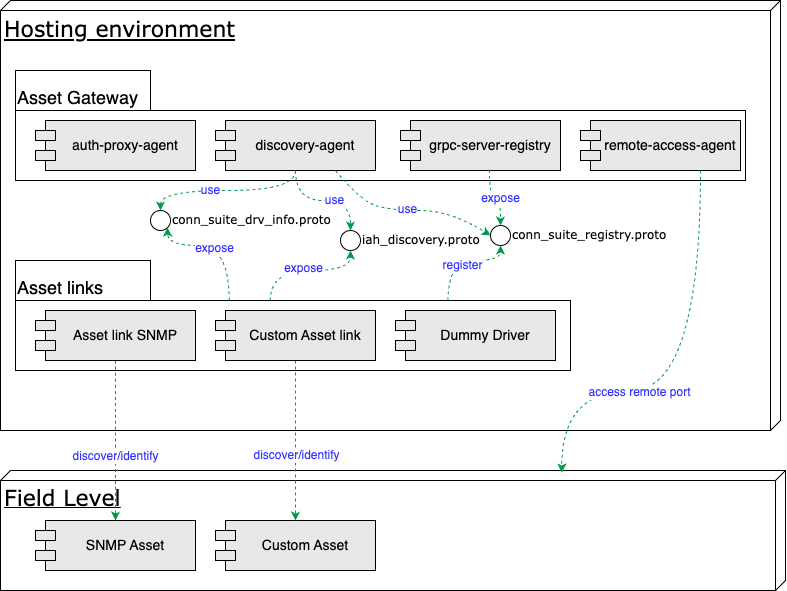
industrial-asset-hub/asset-gateway keeps this draw.io diagram as assets/principle-diagram-asset-gateway.drawio.png. Above is the earlier version. Source tidied: cells renumbered, new cells last; positions are measured from the earlier drawing's top-left corner, leaving out a move shared by most shapes. The source it was exported from:
```xml
<mxGraphModel>
  <root>
    <mxCell id="0" />
    <mxCell id="1" parent="0" />
    <mxCell id="2" value="&lt;font style=&quot;font-size: 22px;&quot;&gt;Hosting environment&lt;/font&gt;" style="verticalAlign=top;align=left;spacingTop=8;spacingLeft=2;spacingRight=12;shape=cube;size=10;direction=south;fontStyle=4;html=1;rounded=0;shadow=0;comic=0;labelBackgroundColor=none;strokeWidth=1;fontFamily=Verdana;fontSize=23;" parent="1" vertex="1">
      <mxGeometry width="780" height="430" as="geometry" />
    </mxCell>
    <mxCell id="3" value="&lt;font style=&quot;font-size: 22px;&quot;&gt;Field Level&lt;/font&gt;" style="verticalAlign=top;align=left;spacingTop=8;spacingLeft=2;spacingRight=12;shape=cube;size=10;direction=south;fontStyle=4;html=1;rounded=0;shadow=0;comic=0;labelBackgroundColor=none;strokeWidth=1;fontFamily=Verdana;fontSize=12;" parent="1" vertex="1">
      <mxGeometry y="470" width="785" height="120" as="geometry" />
    </mxCell>
    <mxCell id="4" value="iah_discovery.proto" style="ellipse;whiteSpace=wrap;html=1;rounded=0;shadow=0;comic=0;labelBackgroundColor=none;strokeWidth=1;fontFamily=Verdana;fontSize=12;align=left;labelPosition=right;verticalLabelPosition=middle;verticalAlign=middle;" parent="1" vertex="1">
      <mxGeometry x="340" y="230" width="20" height="20" as="geometry" />
    </mxCell>
    <mxCell id="5" value="Asset Gateway" style="shape=folder;fontStyle=0;spacingTop=10;tabWidth=135;tabHeight=40;tabPosition=left;html=1;whiteSpace=wrap;align=left;verticalAlign=top;fontSize=18;" parent="1" vertex="1">
      <mxGeometry x="15" y="70" width="730" height="110" as="geometry" />
    </mxCell>
    <mxCell id="6" value="auth-proxy-agent" style="shape=module;align=left;spacingLeft=20;align=center;verticalAlign=middle;whiteSpace=wrap;html=1;strokeColor=default;fillColor=#E8E8E8;fontSize=14;" parent="1" vertex="1">
      <mxGeometry x="35" y="120" width="160" height="50" as="geometry" />
    </mxCell>
    <mxCell id="7" value="discovery-agent" style="shape=module;align=left;spacingLeft=20;align=center;verticalAlign=middle;whiteSpace=wrap;html=1;strokeColor=default;fillColor=#E8E8E8;fontSize=14;" parent="1" vertex="1">
      <mxGeometry x="215" y="120" width="160" height="50" as="geometry" />
    </mxCell>
    <mxCell id="8" value="remote-access-agent" style="shape=module;align=left;spacingLeft=20;align=center;verticalAlign=middle;whiteSpace=wrap;html=1;strokeColor=default;fillColor=#E8E8E8;fontSize=14;" parent="1" vertex="1">
      <mxGeometry x="580" y="120" width="160" height="50" as="geometry" />
    </mxCell>
    <mxCell id="9" value="grpc-server-registry" style="shape=module;align=left;spacingLeft=20;align=center;verticalAlign=middle;whiteSpace=wrap;html=1;strokeColor=default;fillColor=#E8E8E8;fontSize=14;" parent="1" vertex="1">
      <mxGeometry x="400" y="120" width="160" height="50" as="geometry" />
    </mxCell>
    <mxCell id="10" value="Asset links" style="shape=folder;fontStyle=0;spacingTop=10;tabWidth=135;tabHeight=40;tabPosition=left;html=1;whiteSpace=wrap;align=left;verticalAlign=top;fontSize=18;" parent="1" vertex="1">
      <mxGeometry x="15" y="260" width="555" height="110" as="geometry" />
    </mxCell>
    <mxCell id="11" style="edgeStyle=orthogonalEdgeStyle;rounded=0;jettySize=auto;html=1;exitX=0.5;exitY=1;exitDx=0;exitDy=0;entryX=0.5;entryY=0;entryDx=0;entryDy=0;curved=1;dashed=1;strokeColor=#00994D;" parent="1" edge="1" source="13" target="30">
      <mxGeometry relative="1" as="geometry">
        <Array as="points">
          <mxPoint x="115" y="440" />
          <mxPoint x="115" y="440" />
        </Array>
      </mxGeometry>
    </mxCell>
    <mxCell id="12" value="discover/identify" style="edgeLabel;html=1;align=center;verticalAlign=middle;fontSize=12;fontColor=#3333FF;" parent="11" vertex="1">
      <mxGeometry x="0.2" relative="1" as="geometry" />
    </mxCell>
    <mxCell id="13" value="Asset link SNMP" style="shape=module;align=left;spacingLeft=20;align=center;verticalAlign=middle;whiteSpace=wrap;html=1;strokeColor=default;fillColor=#E8E8E8;fontSize=14;" parent="1" vertex="1">
      <mxGeometry x="35" y="310" width="160" height="50" as="geometry" />
    </mxCell>
    <mxCell id="14" value="Custom Asset link" style="shape=module;align=left;spacingLeft=20;align=center;verticalAlign=middle;whiteSpace=wrap;html=1;strokeColor=default;fillColor=#E8E8E8;fontSize=14;" parent="1" vertex="1">
      <mxGeometry x="215" y="310" width="160" height="50" as="geometry" />
    </mxCell>
    <mxCell id="15" value="Dummy Driver" style="shape=module;align=left;spacingLeft=20;align=center;verticalAlign=middle;whiteSpace=wrap;html=1;strokeColor=default;fillColor=#E8E8E8;fontSize=14;" parent="1" vertex="1">
      <mxGeometry x="395" y="310" width="160" height="50" as="geometry" />
    </mxCell>
    <mxCell id="16" style="endArrow=classic;html=1;rounded=0;exitX=0.5;exitY=1;exitDx=0;exitDy=0;entryX=0.5;entryY=0;entryDx=0;entryDy=0;edgeStyle=orthogonalEdgeStyle;curved=1;dashed=1;strokeColor=#00994D;" parent="1" edge="1" source="7" target="4">
      <mxGeometry relative="1" as="geometry">
        <Array as="points">
          <mxPoint x="295" y="200" />
          <mxPoint x="350" y="200" />
        </Array>
      </mxGeometry>
    </mxCell>
    <mxCell id="17" value="use" style="edgeLabel;html=1;align=center;verticalAlign=middle;fontSize=12;fontColor=#3333FF;" parent="16" vertex="1">
      <mxGeometry x="0.2" relative="1" as="geometry" />
    </mxCell>
    <mxCell id="18" value="conn_suite_registry.proto" style="ellipse;whiteSpace=wrap;html=1;rounded=0;shadow=0;comic=0;labelBackgroundColor=none;strokeWidth=1;fontFamily=Verdana;fontSize=12;align=left;labelPosition=right;verticalLabelPosition=middle;verticalAlign=middle;" parent="1" vertex="1">
      <mxGeometry x="490" y="225" width="20" height="20" as="geometry" />
    </mxCell>
    <mxCell id="19" style="endArrow=classic;html=1;rounded=0;exitX=0.556;exitY=0.98;exitDx=0;exitDy=0;entryX=0.5;entryY=0;entryDx=0;entryDy=0;dashed=1;edgeStyle=orthogonalEdgeStyle;curved=1;exitPerimeter=0;strokeColor=#00994D;" parent="1" edge="1" source="9" target="18">
      <mxGeometry relative="1" as="geometry" />
    </mxCell>
    <mxCell id="20" value="expose" style="edgeLabel;html=1;align=center;verticalAlign=middle;fontSize=12;fontColor=#3333FF;" parent="19" vertex="1">
      <mxGeometry x="0.2" relative="1" as="geometry" />
    </mxCell>
    <mxCell id="21" value="conn_suite_drv_info.proto" style="ellipse;whiteSpace=wrap;html=1;rounded=0;shadow=0;comic=0;labelBackgroundColor=none;strokeWidth=1;fontFamily=Verdana;fontSize=12;align=left;labelPosition=right;verticalLabelPosition=middle;verticalAlign=middle;" parent="1" vertex="1">
      <mxGeometry x="150" y="210" width="20" height="20" as="geometry" />
    </mxCell>
    <mxCell id="22" style="endArrow=classic;html=1;rounded=0;entryX=0.5;entryY=0;entryDx=0;entryDy=0;dashed=1;edgeStyle=orthogonalEdgeStyle;curved=1;exitX=0.5;exitY=1;exitDx=0;exitDy=0;strokeColor=#00994D;" parent="1" edge="1" source="7" target="21">
      <mxGeometry relative="1" as="geometry" />
    </mxCell>
    <mxCell id="23" value="use" style="edgeLabel;html=1;align=center;verticalAlign=middle;fontSize=12;fontColor=#3333FF;" parent="22" vertex="1">
      <mxGeometry x="0.2" relative="1" as="geometry" />
    </mxCell>
    <mxCell id="24" style="endArrow=classic;html=1;rounded=0;entryX=0.5;entryY=1;entryDx=0;entryDy=0;exitX=0;exitY=0;exitDx=432.5;exitDy=40;exitPerimeter=0;dashed=1;edgeStyle=orthogonalEdgeStyle;curved=1;strokeColor=#00994D;" parent="1" edge="1" source="10" target="18">
      <mxGeometry relative="1" as="geometry">
        <Array as="points">
          <mxPoint x="448" y="260" />
          <mxPoint x="500" y="260" />
        </Array>
      </mxGeometry>
    </mxCell>
    <mxCell id="25" value="register" style="edgeLabel;html=1;align=center;verticalAlign=middle;fontSize=12;fontColor=#3333FF;" parent="24" vertex="1">
      <mxGeometry x="0.01" y="-5" relative="1" as="geometry" />
    </mxCell>
    <mxCell id="26" style="endArrow=classic;html=1;rounded=0;entryX=0.5;entryY=1;entryDx=0;entryDy=0;exitX=0.459;exitY=0.364;exitDx=0;exitDy=0;exitPerimeter=0;dashed=1;edgeStyle=orthogonalEdgeStyle;curved=1;strokeColor=#00994D;" parent="1" edge="1" source="10" target="4">
      <mxGeometry relative="1" as="geometry">
        <Array as="points">
          <mxPoint x="270" y="270" />
          <mxPoint x="350" y="270" />
        </Array>
      </mxGeometry>
    </mxCell>
    <mxCell id="27" value="expose" style="edgeLabel;html=1;align=center;verticalAlign=middle;fontSize=12;fontColor=#3333FF;" parent="26" vertex="1">
      <mxGeometry x="-0.04" y="2" relative="1" as="geometry" />
    </mxCell>
    <mxCell id="28" style="endArrow=classic;html=1;rounded=0;entryX=1;entryY=1;entryDx=0;entryDy=0;exitX=0.385;exitY=0.364;exitDx=0;exitDy=0;exitPerimeter=0;dashed=1;edgeStyle=orthogonalEdgeStyle;curved=1;strokeColor=#00994D;" parent="1" edge="1" source="10" target="21">
      <mxGeometry relative="1" as="geometry" />
    </mxCell>
    <mxCell id="29" value="expose" style="edgeLabel;html=1;align=center;verticalAlign=middle;fontSize=12;fontColor=#3333FF;" parent="28" vertex="1">
      <mxGeometry x="0.03" y="3" relative="1" as="geometry" />
    </mxCell>
    <mxCell id="30" value="SNMP Asset" style="shape=module;align=left;spacingLeft=20;align=center;verticalAlign=middle;whiteSpace=wrap;html=1;strokeColor=default;fillColor=#E8E8E8;fontSize=14;" parent="1" vertex="1">
      <mxGeometry x="35" y="520" width="160" height="50" as="geometry" />
    </mxCell>
    <mxCell id="31" value="Custom Asset" style="shape=module;align=left;spacingLeft=20;align=center;verticalAlign=middle;whiteSpace=wrap;html=1;strokeColor=default;fillColor=#E8E8E8;fontSize=14;" parent="1" vertex="1">
      <mxGeometry x="215" y="520" width="160" height="50" as="geometry" />
    </mxCell>
    <mxCell id="32" style="endArrow=classic;html=1;rounded=0;exitX=0.5;exitY=1;exitDx=0;exitDy=0;entryX=0.5;entryY=0;entryDx=0;entryDy=0;dashed=1;strokeColor=#00994D;" parent="1" edge="1" source="14" target="31">
      <mxGeometry relative="1" as="geometry" />
    </mxCell>
    <mxCell id="33" value="discover/identify" style="edgeLabel;html=1;align=center;verticalAlign=middle;fontSize=12;fontColor=#3333FF;" parent="32" vertex="1">
      <mxGeometry x="0.17" y="1" relative="1" as="geometry" />
    </mxCell>
    <mxCell id="34" style="endArrow=classic;html=1;rounded=0;entryX=0.018;entryY=0.285;entryDx=0;entryDy=0;entryPerimeter=0;exitX=0.75;exitY=1;exitDx=0;exitDy=0;dashed=1;edgeStyle=orthogonalEdgeStyle;curved=1;strokeColor=#00994D;" parent="1" edge="1" source="8" target="3">
      <mxGeometry relative="1" as="geometry">
        <Array as="points">
          <mxPoint x="700" y="390" />
          <mxPoint x="561" y="390" />
        </Array>
      </mxGeometry>
    </mxCell>
    <mxCell id="35" value="access remote port" style="edgeLabel;html=1;align=center;verticalAlign=middle;fontSize=12;fontColor=#3333FF;" parent="34" vertex="1">
      <mxGeometry x="0.28" y="2" relative="1" as="geometry" />
    </mxCell>
    <mxCell id="36" style="curved=1;endArrow=classic;html=1;rounded=0;exitX=0.75;exitY=1;exitDx=0;exitDy=0;entryX=0;entryY=0.5;entryDx=0;entryDy=0;dashed=1;strokeColor=#00994D;" parent="1" edge="1" source="7" target="18">
      <mxGeometry relative="1" as="geometry">
        <Array as="points">
          <mxPoint x="360" y="200" />
          <mxPoint x="390" y="210" />
          <mxPoint x="450" y="210" />
        </Array>
      </mxGeometry>
    </mxCell>
    <mxCell id="37" value="use" style="edgeLabel;html=1;align=center;verticalAlign=middle;fontSize=12;fontColor=#3333FF;" parent="36" vertex="1">
      <mxGeometry x="-0.02" y="1" relative="1" as="geometry" />
    </mxCell>
  </root>
</mxGraphModel>
```
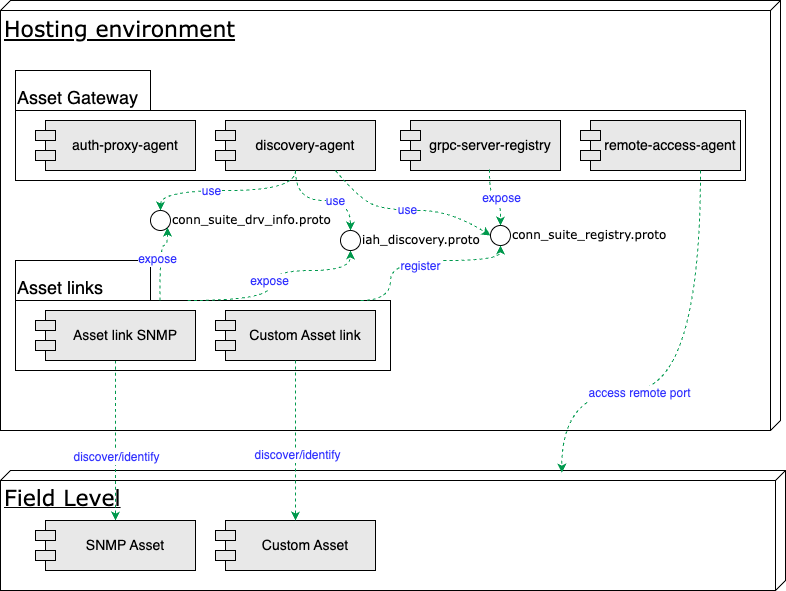
After the commit.

Commit message:
remove dummy driver from arch

Change to the diagram source:
```diff
@@ -27,7 +27,7 @@
       <mxGeometry x="400" y="120" width="160" height="50" as="geometry" />
     </mxCell>
     <mxCell id="10" value="Asset links" style="shape=folder;fontStyle=0;spacingTop=10;tabWidth=135;tabHeight=40;tabPosition=left;html=1;whiteSpace=wrap;align=left;verticalAlign=top;fontSize=18;" parent="1" vertex="1">
-      <mxGeometry x="15" y="260" width="555" height="110" as="geometry" />
+      <mxGeometry x="15" y="260" width="375" height="110" as="geometry" />
     </mxCell>
     <mxCell id="11" style="edgeStyle=orthogonalEdgeStyle;rounded=0;jettySize=auto;html=1;exitX=0.5;exitY=1;exitDx=0;exitDy=0;entryX=0.5;entryY=0;entryDx=0;entryDy=0;curved=1;dashed=1;strokeColor=#00994D;" parent="1" edge="1" source="13" target="30">
       <mxGeometry relative="1" as="geometry">
@@ -46,9 +46,6 @@
     <mxCell id="14" value="Custom Asset link" style="shape=module;align=left;spacingLeft=20;align=center;verticalAlign=middle;whiteSpace=wrap;html=1;strokeColor=default;fillColor=#E8E8E8;fontSize=14;" parent="1" vertex="1">
       <mxGeometry x="215" y="310" width="160" height="50" as="geometry" />
     </mxCell>
-    <mxCell id="15" value="Dummy Driver" style="shape=module;align=left;spacingLeft=20;align=center;verticalAlign=middle;whiteSpace=wrap;html=1;strokeColor=default;fillColor=#E8E8E8;fontSize=14;" parent="1" vertex="1">
-      <mxGeometry x="395" y="310" width="160" height="50" as="geometry" />
-    </mxCell>
     <mxCell id="16" style="endArrow=classic;html=1;rounded=0;exitX=0.5;exitY=1;exitDx=0;exitDy=0;entryX=0.5;entryY=0;entryDx=0;entryDy=0;edgeStyle=orthogonalEdgeStyle;curved=1;dashed=1;strokeColor=#00994D;" parent="1" edge="1" source="7" target="4">
       <mxGeometry relative="1" as="geometry">
         <Array as="points">
@@ -78,10 +75,11 @@
     <mxCell id="23" value="use" style="edgeLabel;html=1;align=center;verticalAlign=middle;fontSize=12;fontColor=#3333FF;" parent="22" vertex="1">
       <mxGeometry x="0.2" relative="1" as="geometry" />
     </mxCell>
-    <mxCell id="24" style="endArrow=classic;html=1;rounded=0;entryX=0.5;entryY=1;entryDx=0;entryDy=0;exitX=0;exitY=0;exitDx=432.5;exitDy=40;exitPerimeter=0;dashed=1;edgeStyle=orthogonalEdgeStyle;curved=1;strokeColor=#00994D;" parent="1" edge="1" source="10" target="18">
+    <mxCell id="24" style="endArrow=classic;html=1;rounded=0;entryX=0.5;entryY=1;entryDx=0;entryDy=0;exitX=0;exitY=0;exitDx=345;exitDy=40;exitPerimeter=0;dashed=1;edgeStyle=orthogonalEdgeStyle;curved=1;strokeColor=#00994D;" parent="1" edge="1" source="10" target="18">
       <mxGeometry relative="1" as="geometry">
         <Array as="points">
-          <mxPoint x="448" y="260" />
+          <mxPoint x="390" y="300" />
+          <mxPoint x="390" y="260" />
           <mxPoint x="500" y="260" />
         </Array>
       </mxGeometry>
```
